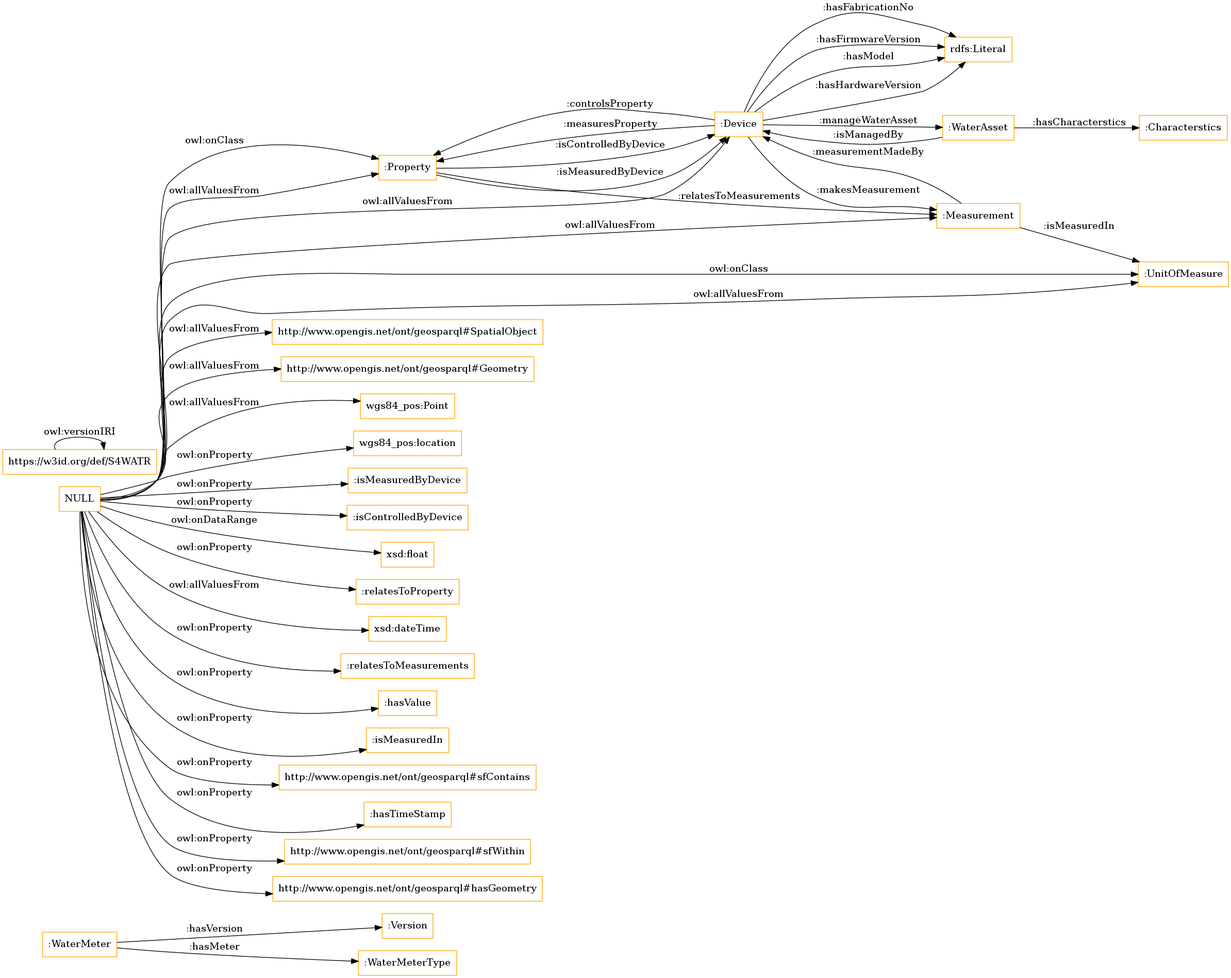
Earlier version of the Graphviz export OnToology/S4Water.owl/diagrams/ar2dtool-class/S4Water.owl.png (tiwari2019/S4WATR-1). Its source is kept beside it as OnToology/S4Water.owl/diagrams/ar2dtool-class/S4Water.owl.png.dot. Its diagram source:
```dot
digraph ar2dtool_diagram {
rankdir=LR;
size="1501"
node [shape = rectangle, color="orange"]; ":Version" ":Property" ":WaterMeterType" ":WaterAsset" ":WaterMeter" ":Device" "http://www.opengis.net/ont/geosparql#SpatialObject" "http://www.opengis.net/ont/geosparql#Geometry" ":UnitOfMeasure" "wgs84_pos:Point" ":Measurement" ":Characterstics" ; /*classes style*/
	"NULL" -> "wgs84_pos:location" [ label = "owl:onProperty" ];
	"NULL" -> "wgs84_pos:Point" [ label = "owl:allValuesFrom" ];
	"NULL" -> ":isMeasuredByDevice" [ label = "owl:onProperty" ];
	"NULL" -> ":isControlledByDevice" [ label = "owl:onProperty" ];
	"NULL" -> ":Measurement" [ label = "owl:allValuesFrom" ];
	"NULL" -> "xsd:float" [ label = "owl:onDataRange" ];
	"NULL" -> "http://www.opengis.net/ont/geosparql#Geometry" [ label = "owl:allValuesFrom" ];
	"NULL" -> ":relatesToProperty" [ label = "owl:onProperty" ];
	"NULL" -> "xsd:dateTime" [ label = "owl:allValuesFrom" ];
	"NULL" -> "http://www.opengis.net/ont/geosparql#SpatialObject" [ label = "owl:allValuesFrom" ];
	"NULL" -> ":relatesToMeasurements" [ label = "owl:onProperty" ];
	"NULL" -> ":hasValue" [ label = "owl:onProperty" ];
	"NULL" -> ":Property" [ label = "owl:onClass" ];
	"NULL" -> ":UnitOfMeasure" [ label = "owl:allValuesFrom" ];
	"NULL" -> ":UnitOfMeasure" [ label = "owl:onClass" ];
	"NULL" -> ":isMeasuredIn" [ label = "owl:onProperty" ];
	"NULL" -> "http://www.opengis.net/ont/geosparql#sfContains" [ label = "owl:onProperty" ];
	"NULL" -> ":hasTimeStamp" [ label = "owl:onProperty" ];
	"NULL" -> "http://www.opengis.net/ont/geosparql#sfWithin" [ label = "owl:onProperty" ];
	"NULL" -> ":Property" [ label = "owl:allValuesFrom" ];
	"NULL" -> "http://www.opengis.net/ont/geosparql#hasGeometry" [ label = "owl:onProperty" ];
	"NULL" -> ":Device" [ label = "owl:allValuesFrom" ];
	"https://w3id.org/def/S4WATR" -> "https://w3id.org/def/S4WATR" [ label = "owl:versionIRI" ];
	":WaterAsset" -> ":Characterstics" [ label = ":hasCharacterstics" ];
	":Measurement" -> ":Device" [ label = ":measurementMadeBy" ];
	":Device" -> ":WaterAsset" [ label = ":manageWaterAsset" ];
	":Device" -> "rdfs:Literal" [ label = ":hasModel" ];
	":Property" -> ":Device" [ label = ":isControlledByDevice" ];
	":Device" -> "rdfs:Literal" [ label = ":hasHardwareVersion" ];
	":WaterMeter" -> ":Version" [ label = ":hasVersion" ];
	":Property" -> ":Measurement" [ label = ":relatesToMeasurements" ];
	":Device" -> ":Measurement" [ label = ":makesMeasurement" ];
	":Device" -> "rdfs:Literal" [ label = ":hasFabricationNo" ];
	":Device" -> "rdfs:Literal" [ label = ":hasFirmwareVersion" ];
	":Device" -> ":Property" [ label = ":controlsProperty" ];
	":WaterAsset" -> ":Device" [ label = ":isManagedBy" ];
	":Property" -> ":Device" [ label = ":isMeasuredByDevice" ];
	":WaterMeter" -> ":WaterMeterType" [ label = ":hasMeter" ];
	":Measurement" -> ":UnitOfMeasure" [ label = ":isMeasuredIn" ];
	":Device" -> ":Property" [ label = ":measuresProperty" ];

}
```
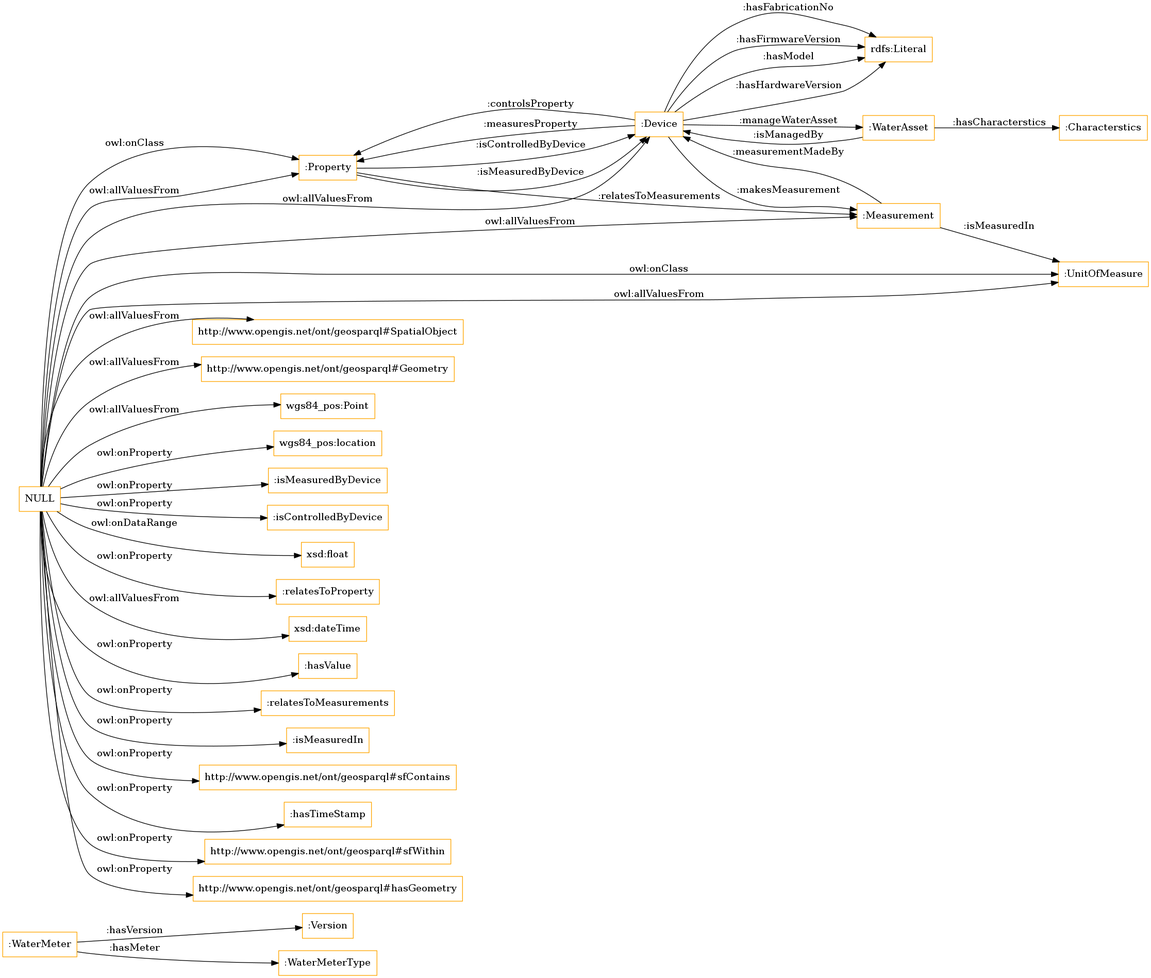
Later version of the same file.

Change to the diagram source:
```diff
@@ -11,9 +11,9 @@
 	"NULL" -> "http://www.opengis.net/ont/geosparql#Geometry" [ label = "owl:allValuesFrom" ];
 	"NULL" -> ":relatesToProperty" [ label = "owl:onProperty" ];
 	"NULL" -> "xsd:dateTime" [ label = "owl:allValuesFrom" ];
+	"NULL" -> ":hasValue" [ label = "owl:onProperty" ];
+	"NULL" -> ":relatesToMeasurements" [ label = "owl:onProperty" ];
 	"NULL" -> "http://www.opengis.net/ont/geosparql#SpatialObject" [ label = "owl:allValuesFrom" ];
-	"NULL" -> ":relatesToMeasurements" [ label = "owl:onProperty" ];
-	"NULL" -> ":hasValue" [ label = "owl:onProperty" ];
 	"NULL" -> ":Property" [ label = "owl:onClass" ];
 	"NULL" -> ":UnitOfMeasure" [ label = "owl:allValuesFrom" ];
 	"NULL" -> ":UnitOfMeasure" [ label = "owl:onClass" ];
@@ -24,7 +24,6 @@
 	"NULL" -> ":Property" [ label = "owl:allValuesFrom" ];
 	"NULL" -> "http://www.opengis.net/ont/geosparql#hasGeometry" [ label = "owl:onProperty" ];
 	"NULL" -> ":Device" [ label = "owl:allValuesFrom" ];
-	"https://w3id.org/def/S4WATR" -> "https://w3id.org/def/S4WATR" [ label = "owl:versionIRI" ];
 	":WaterAsset" -> ":Characterstics" [ label = ":hasCharacterstics" ];
 	":Measurement" -> ":Device" [ label = ":measurementMadeBy" ];
 	":Device" -> ":WaterAsset" [ label = ":manageWaterAsset" ];
```
